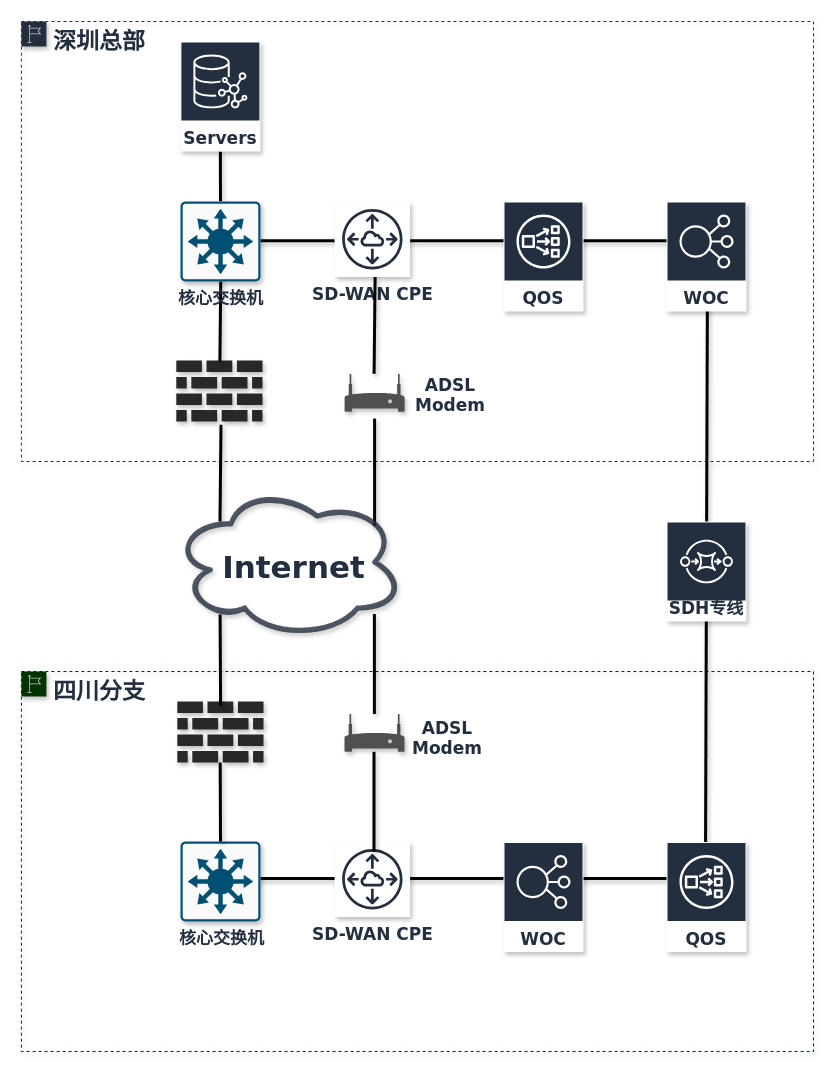
Before: page "方案1" (2 of 3) of Untitled Diagram.drawio in ZILLIONTSANG/NetworkDiagrams, a draw.io diagram. Source tidied: cells renumbered, new cells numbered last; positions are measured from the earlier drawing's top-left corner, leaving out a move shared by most shapes. Both pictures are drawn from the tidied source at 100%, with x=0, y=0 at pixel (21, 21).
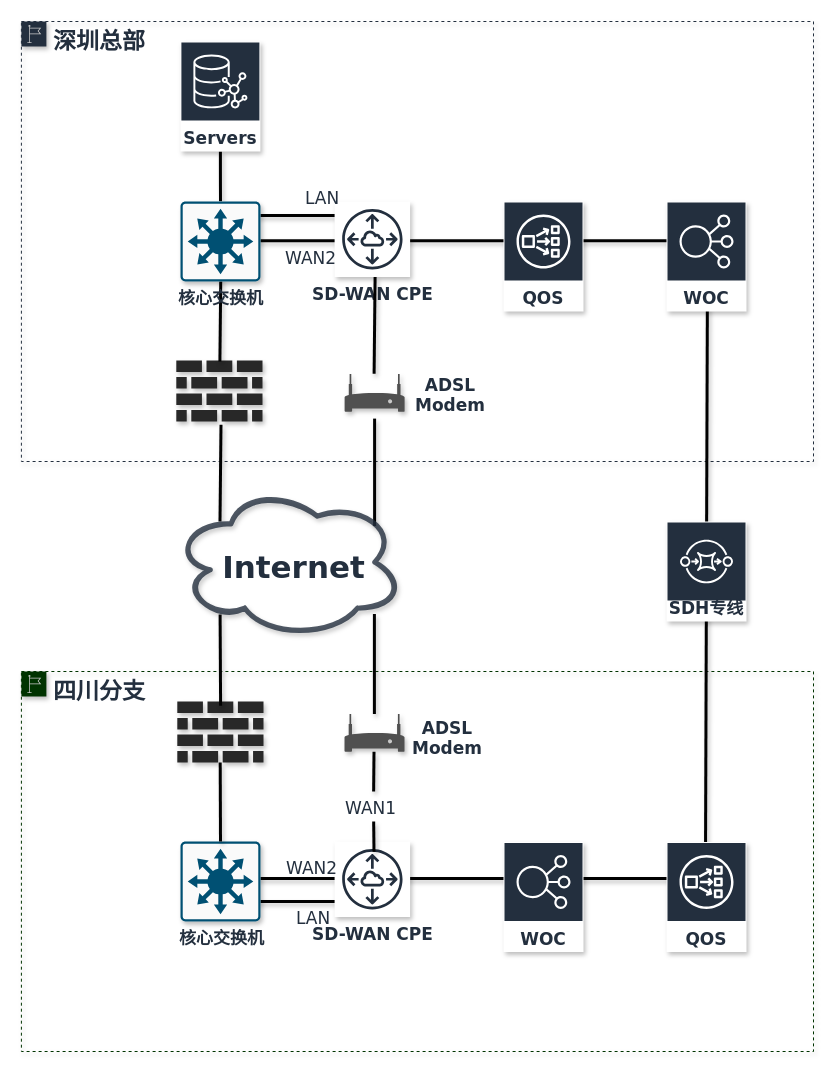
Above is the later version.

The edit, as a diff of the source:
```diff
@@
+    <mxCell id="37" style="rounded=0;orthogonalLoop=1;jettySize=auto;html=1;fontSize=17;fontColor=#232F3E;fontFamily=Verdana;fontStyle=1;endArrow=none;endFill=0;strokeWidth=3;shadow=1;" parent="1" edge="1">
+      <mxGeometry x="-3.3" y="231.9" as="geometry">
+        <mxPoint x="355" y="194" as="sourcePoint" />
+        <mxPoint x="212" y="194" as="targetPoint" />
+      </mxGeometry>
+    </mxCell>
@@
+    <mxCell id="38" style="rounded=0;orthogonalLoop=1;jettySize=auto;html=1;fontSize=17;fontColor=#232F3E;fontFamily=Verdana;fontStyle=1;endArrow=none;endFill=0;strokeWidth=3;shadow=1;" parent="1" edge="1">
+      <mxGeometry x="-19.8" y="917.9" as="geometry">
+        <mxPoint x="338.5" y="880" as="sourcePoint" />
+        <mxPoint x="195.5" y="880" as="targetPoint" />
+      </mxGeometry>
+    </mxCell>
@@
-    <mxCell id="23" style="rounded=0;orthogonalLoop=1;jettySize=auto;html=1;fontSize=17;fontColor=#232F3E;fontFamily=Verdana;fontStyle=1;endArrow=none;endFill=0;strokeWidth=3;shadow=1;" parent="1" edge="1">
+    <mxCell id="23" style="rounded=0;jettySize=auto;html=1;fontSize=17;fontColor=#232F3E;fontFamily=Verdana;fontStyle=1;endArrow=none;endFill=0;strokeWidth=3;shadow=1;" parent="1" edge="1" source="41">
       <mxGeometry x="-9.5" y="827.2" as="geometry">
-        <mxPoint x="352.5" y="830.2" as="sourcePoint" />
         <mxPoint x="352.5" y="730.3" as="targetPoint" />
       </mxGeometry>
     </mxCell>
@@
+    <mxCell id="39" value="&lt;font face=&quot;verdana&quot;&gt;WAN2&lt;/font&gt;" style="text;whiteSpace=wrap;html=1;fontSize=17;fontFamily=Verdana;fontColor=#232F3E;shadow=1;" parent="1" vertex="1">
+      <mxGeometry x="263.1" y="830" width="60" height="40" as="geometry" />
+    </mxCell>
+    <mxCell id="40" value="&lt;font face=&quot;verdana&quot;&gt;LAN&lt;/font&gt;" style="text;whiteSpace=wrap;html=1;fontSize=17;fontFamily=Verdana;fontColor=#232F3E;shadow=1;" parent="1" vertex="1">
+      <mxGeometry x="273.1" y="880" width="40" height="34" as="geometry" />
+    </mxCell>
+    <mxCell id="41" value="&lt;font face=&quot;verdana&quot;&gt;WAN1&lt;/font&gt;" style="text;whiteSpace=wrap;html=1;fontSize=17;fontFamily=Verdana;fontColor=#232F3E;shadow=1;" parent="1" vertex="1">
+      <mxGeometry x="322" y="770" width="60" height="30" as="geometry" />
+    </mxCell>
+    <mxCell id="42" style="rounded=0;jettySize=auto;html=1;fontSize=17;fontColor=#232F3E;fontFamily=Verdana;fontStyle=1;endArrow=none;endFill=0;strokeWidth=3;shadow=1;" parent="1" edge="1" target="41">
+      <mxGeometry x="-9.5" y="827.2" as="geometry">
+        <mxPoint x="352.5" y="830.2" as="sourcePoint" />
+      </mxGeometry>
+    </mxCell>
+    <mxCell id="43" value="&lt;font face=&quot;verdana&quot;&gt;WAN2&lt;/font&gt;" style="text;whiteSpace=wrap;html=1;fontSize=17;fontFamily=Verdana;fontColor=#232F3E;shadow=1;" parent="1" vertex="1">
+      <mxGeometry x="262" y="220" width="60" height="40" as="geometry" />
+    </mxCell>
+    <mxCell id="44" value="&lt;font face=&quot;verdana&quot;&gt;LAN&lt;/font&gt;" style="text;whiteSpace=wrap;html=1;fontSize=17;fontFamily=Verdana;fontColor=#232F3E;shadow=1;" parent="1" vertex="1">
+      <mxGeometry x="282" y="160" width="40" height="34" as="geometry" />
+    </mxCell>
```
